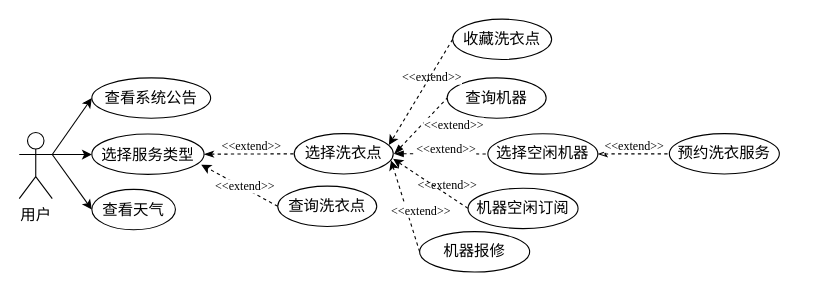
Above: 洗衣服务模块.drawio in mochaDMQ/myPicture (draw.io), before the change. Source tidied: cells renumbered, new cells numbered last; positions are measured from the earlier drawing's top-left corner, leaving out a move shared by most shapes. Both pictures are drawn from the tidied source at 110%, with x=0, y=0 at pixel (19, 19).
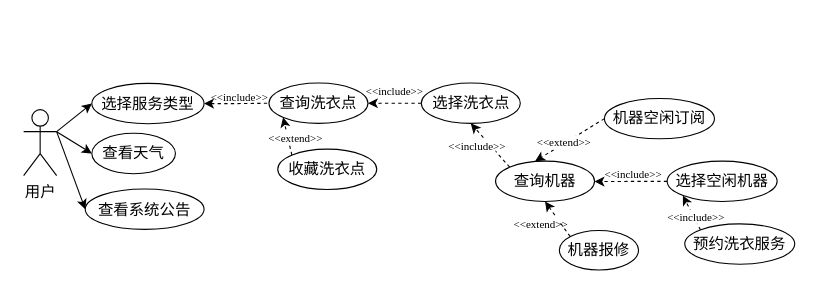
The same page after the edit.

Commit message:
更新洗衣服务模块.drawio

The edit, as a diff of the source:
```diff
@@
-    <mxCell id="2" style="edgeStyle=orthogonalEdgeStyle;rounded=0;jettySize=auto;html=1;exitX=1;exitY=0.3333333333333333;exitDx=0;exitDy=0;exitPerimeter=0;entryX=0;entryY=0.5;entryDx=0;entryDy=0;fontFamily=宋体;fontSize=14;" parent="1" edge="1" source="5" target="9">
+    <mxCell id="2" style="edgeStyle=none;rounded=0;jettySize=auto;html=1;exitX=1;exitY=0.3333333333333333;exitDx=0;exitDy=0;exitPerimeter=0;entryX=0;entryY=0.5;entryDx=0;entryDy=0;" parent="1" edge="1" source="5" target="9">
       <mxGeometry relative="1" as="geometry" />
     </mxCell>
+    <mxCell id="4" style="edgeStyle=none;rounded=0;jettySize=auto;html=1;exitX=1;exitY=0.3333333333333333;exitDx=0;exitDy=0;exitPerimeter=0;entryX=0;entryY=0.5;entryDx=0;entryDy=0;" parent="1" edge="1" source="5" target="10">
+      <mxGeometry relative="1" as="geometry" />
+    </mxCell>
-    <mxCell id="3" style="edgeStyle=none;rounded=0;jettySize=auto;html=1;exitX=1;exitY=0.3333333333333333;exitDx=0;exitDy=0;exitPerimeter=0;entryX=0;entryY=0.5;entryDx=0;entryDy=0;fontFamily=宋体;fontSize=14;" parent="1" edge="1" source="5" target="6">
+    <mxCell id="3" style="edgeStyle=none;rounded=0;jettySize=auto;html=1;exitX=1;exitY=0.3333333333333333;exitDx=0;exitDy=0;exitPerimeter=0;entryX=0;entryY=0.5;entryDx=0;entryDy=0;" parent="1" edge="1" source="5" target="6">
       <mxGeometry relative="1" as="geometry" />
     </mxCell>
-    <mxCell id="4" style="edgeStyle=none;rounded=0;jettySize=auto;html=1;exitX=1;exitY=0.3333333333333333;exitDx=0;exitDy=0;exitPerimeter=0;entryX=0;entryY=0.5;entryDx=0;entryDy=0;fontFamily=宋体;fontSize=14;" parent="1" edge="1" source="5" target="10">
-      <mxGeometry relative="1" as="geometry" />
-    </mxCell>
     <mxCell id="5" value="用户" style="shape=umlActor;verticalLabelPosition=bottom;verticalAlign=top;html=1;outlineConnect=0;fontFamily=宋体;fontSize=14;" parent="1" vertex="1">
-      <mxGeometry y="103" width="30" height="60" as="geometry" />
+      <mxGeometry x="4" y="82.2" width="30" height="60" as="geometry" />
     </mxCell>
-    <mxCell id="6" value="查看系统公告" style="ellipse;whiteSpace=wrap;html=1;fontFamily=宋体;fontSize=14;" parent="1" vertex="1">
-      <mxGeometry x="66" y="53.3" width="108" height="36.7" as="geometry" />
-    </mxCell>
-    <mxCell id="7" style="edgeStyle=none;rounded=0;jettySize=auto;html=1;exitX=1;exitY=0.5;exitDx=0;exitDy=0;entryX=0;entryY=0.5;entryDx=0;entryDy=0;fontFamily=宋体;fontSize=14;dashed=1;endArrow=none;startFill=1;startArrow=classicThin;" parent="1" edge="1" source="9" target="14">
-      <mxGeometry relative="1" as="geometry" />
-    </mxCell>
-    <mxCell id="8" value="&amp;lt;&amp;lt;extend&amp;gt;&amp;gt;" style="edgeLabel;html=1;align=center;verticalAlign=middle;fontFamily=Times New Roman;" parent="7" vertex="1">
-      <mxGeometry x="-0.46" y="2" relative="1" as="geometry">
-        <mxPoint x="21" y="-6" as="offset" />
-      </mxGeometry>
-    </mxCell>
+    <mxCell id="34" style="edgeStyle=orthogonalEdgeStyle;rounded=0;jettySize=auto;html=1;exitX=1;exitY=0.5;exitDx=0;exitDy=0;entryX=0;entryY=0.5;entryDx=0;entryDy=0;dashed=1;startArrow=classic;startFill=1;endArrow=none;" parent="1" edge="1" source="9" target="15">
+      <mxGeometry relative="1" as="geometry" />
+    </mxCell>
     <mxCell id="9" value="选择服务类型" style="ellipse;whiteSpace=wrap;html=1;fontFamily=宋体;fontSize=14;" parent="1" vertex="1">
-      <mxGeometry x="66" y="104.3" width="102" height="36.7" as="geometry" />
+      <mxGeometry x="66" y="58.3" width="102" height="36.7" as="geometry" />
     </mxCell>
     <mxCell id="10" value="查看天气" style="ellipse;whiteSpace=wrap;html=1;fontFamily=宋体;fontSize=14;" parent="1" vertex="1">
-      <mxGeometry x="66" y="154.7" width="76" height="36.7" as="geometry" />
+      <mxGeometry x="66" y="103.7" width="76" height="36.7" as="geometry" />
     </mxCell>
+    <mxCell id="35" style="edgeStyle=none;rounded=0;jettySize=auto;html=1;exitX=0;exitY=0;exitDx=0;exitDy=0;entryX=0.5;entryY=1;entryDx=0;entryDy=0;dashed=1;" parent="1" edge="1" source="11" target="14">
+      <mxGeometry relative="1" as="geometry" />
+    </mxCell>
     <mxCell id="11" value="查询机器" style="ellipse;whiteSpace=wrap;html=1;fontFamily=宋体;fontSize=14;" parent="1" vertex="1">
-      <mxGeometry x="389" y="53.3" width="90" height="36.7" as="geometry" />
+      <mxGeometry x="433" y="129" width="90" height="36.7" as="geometry" />
     </mxCell>
-    <mxCell id="12" style="edgeStyle=none;rounded=0;jettySize=auto;html=1;exitX=1;exitY=0.5;exitDx=0;exitDy=0;entryX=0;entryY=0.5;entryDx=0;entryDy=0;fontFamily=宋体;fontSize=14;dashed=1;endArrow=none;endFill=1;startFill=1;startArrow=blockThin;" parent="1" edge="1" target="11">
-      <mxGeometry relative="1" as="geometry">
-        <mxPoint x="341" y="122.3" as="sourcePoint" />
-      </mxGeometry>
-    </mxCell>
-    <mxCell id="13" style="edgeStyle=none;rounded=0;jettySize=auto;html=1;exitX=1;exitY=0.5;exitDx=0;exitDy=0;entryX=0;entryY=0.5;entryDx=0;entryDy=0;fontFamily=宋体;fontSize=14;dashed=1;endArrow=none;startFill=1;startArrow=blockThin;" parent="1" edge="1" target="22">
-      <mxGeometry relative="1" as="geometry">
-        <mxPoint x="341" y="122.3" as="sourcePoint" />
-      </mxGeometry>
-    </mxCell>
+    <mxCell id="36" style="edgeStyle=none;rounded=0;jettySize=auto;html=1;exitX=0;exitY=0.5;exitDx=0;exitDy=0;entryX=1;entryY=0.5;entryDx=0;entryDy=0;dashed=1;" parent="1" edge="1" source="14" target="15">
+      <mxGeometry relative="1" as="geometry" />
+    </mxCell>
     <mxCell id="14" value="选择洗衣点" style="ellipse;whiteSpace=wrap;html=1;fontFamily=宋体;fontSize=14;" parent="1" vertex="1">
-      <mxGeometry x="250" y="104" width="90" height="36.7" as="geometry" />
+      <mxGeometry x="365.5" y="58" width="90" height="36.7" as="geometry" />
     </mxCell>
     <mxCell id="15" value="查询洗衣点" style="ellipse;whiteSpace=wrap;html=1;fontFamily=宋体;fontSize=14;" parent="1" vertex="1">
-      <mxGeometry x="235" y="151.7" width="90" height="36.7" as="geometry" />
+      <mxGeometry x="227" y="58" width="90" height="36.7" as="geometry" />
     </mxCell>
+    <mxCell id="37" style="edgeStyle=none;rounded=0;jettySize=auto;html=1;exitX=0;exitY=0;exitDx=0;exitDy=0;entryX=0;entryY=1;entryDx=0;entryDy=0;dashed=1;" parent="1" edge="1" source="16" target="15">
+      <mxGeometry relative="1" as="geometry" />
+    </mxCell>
     <mxCell id="16" value="收藏洗衣点" style="ellipse;whiteSpace=wrap;html=1;fontFamily=宋体;fontSize=14;" parent="1" vertex="1">
-      <mxGeometry x="394" y="-0.1" width="90" height="36.7" as="geometry" />
+      <mxGeometry x="235" y="118.1" width="90" height="36.7" as="geometry" />
     </mxCell>
-    <mxCell id="17" style="rounded=0;jettySize=auto;html=1;exitX=0;exitY=0.5;exitDx=0;exitDy=0;entryX=1;entryY=0.5;entryDx=0;entryDy=0;dashed=1;" parent="1" edge="1" source="18">
-      <mxGeometry relative="1" as="geometry">
-        <mxPoint x="338" y="128.3" as="targetPoint" />
-      </mxGeometry>
-    </mxCell>
+    <mxCell id="38" style="edgeStyle=none;rounded=0;jettySize=auto;html=1;exitX=0;exitY=0;exitDx=0;exitDy=0;entryX=0.5;entryY=1;entryDx=0;entryDy=0;dashed=1;" parent="1" edge="1" source="18" target="11">
+      <mxGeometry relative="1" as="geometry" />
+    </mxCell>
     <mxCell id="18" value="机器报修" style="ellipse;whiteSpace=wrap;html=1;fontFamily=宋体;fontSize=14;" parent="1" vertex="1">
-      <mxGeometry x="364" y="193.1" width="100" height="36.7" as="geometry" />
+      <mxGeometry x="491" y="192" width="72" height="35.9" as="geometry" />
     </mxCell>
+    <mxCell id="39" style="rounded=0;jettySize=auto;html=1;exitX=0;exitY=0.5;exitDx=0;exitDy=0;entryX=0.5;entryY=0;entryDx=0;entryDy=0;dashed=1;" parent="1" edge="1" source="19">
+      <mxGeometry relative="1" as="geometry">
+        <mxPoint x="469" y="129" as="targetPoint" />
+      </mxGeometry>
+    </mxCell>
     <mxCell id="19" value="机器空闲订阅" style="ellipse;whiteSpace=wrap;html=1;fontFamily=宋体;fontSize=14;" parent="1" vertex="1">
-      <mxGeometry x="408" y="153.6" width="100" height="36.7" as="geometry" />
+      <mxGeometry x="532" y="72" width="100" height="36.7" as="geometry" />
     </mxCell>
+    <mxCell id="40" style="edgeStyle=none;rounded=0;jettySize=auto;html=1;exitX=0;exitY=0;exitDx=0;exitDy=0;entryX=0;entryY=1;entryDx=0;entryDy=0;dashed=1;" parent="1" edge="1" source="20" target="22">
+      <mxGeometry relative="1" as="geometry" />
+    </mxCell>
     <mxCell id="20" value="预约洗衣服务" style="ellipse;whiteSpace=wrap;html=1;fontFamily=宋体;fontSize=14;" parent="1" vertex="1">
-      <mxGeometry x="591" y="104" width="100" height="36.7" as="geometry" />
+      <mxGeometry x="605" y="186" width="100" height="36.7" as="geometry" />
     </mxCell>
-    <mxCell id="21" style="edgeStyle=none;rounded=0;jettySize=auto;html=1;exitX=1;exitY=0.5;exitDx=0;exitDy=0;entryX=0;entryY=0.5;entryDx=0;entryDy=0;fontFamily=宋体;fontSize=14;dashed=1;startArrow=classicThin;startFill=0;endArrow=none;" parent="1" edge="1" source="22" target="20">
-      <mxGeometry relative="1" as="geometry" />
-    </mxCell>
+    <mxCell id="41" style="edgeStyle=orthogonalEdgeStyle;rounded=0;jettySize=auto;html=1;exitX=0;exitY=0.5;exitDx=0;exitDy=0;entryX=1;entryY=0.5;entryDx=0;entryDy=0;dashed=1;" parent="1" edge="1" source="22">
+      <mxGeometry relative="1" as="geometry">
+        <mxPoint x="523" y="147.6" as="targetPoint" />
+      </mxGeometry>
+    </mxCell>
     <mxCell id="22" value="选择空闲机器" style="ellipse;whiteSpace=wrap;html=1;fontFamily=宋体;fontSize=14;" parent="1" vertex="1">
-      <mxGeometry x="426" y="104.1" width="100" height="36.7" as="geometry" />
+      <mxGeometry x="589" y="129" width="100" height="36.7" as="geometry" />
     </mxCell>
-    <mxCell id="23" value="&amp;lt;&amp;lt;extend&amp;gt;&amp;gt;" style="edgeLabel;html=1;align=center;verticalAlign=middle;fontFamily=Times New Roman;" parent="1" vertex="1">
-      <mxGeometry x="558" y="115" as="geometry">
-        <mxPoint y="-1" as="offset" />
-      </mxGeometry>
-    </mxCell>
-    <mxCell id="24" style="edgeLabel;html=1;align=center;verticalAlign=middle;" parent="1" vertex="1">
-      <mxGeometry x="388" y="123" as="geometry">
-        <mxPoint y="-1" as="offset" />
-      </mxGeometry>
-    </mxCell>
-    <mxCell id="25" value="&amp;lt;&amp;lt;extend&amp;gt;&amp;gt;" style="edgeLabel;html=1;align=center;verticalAlign=middle;fontFamily=Times New Roman;" parent="1" vertex="1">
-      <mxGeometry x="394" y="96" as="geometry">
-        <mxPoint y="-1" as="offset" />
-      </mxGeometry>
-    </mxCell>
-    <mxCell id="26" value="&amp;lt;&amp;lt;extend&amp;gt;&amp;gt;" style="edgeLabel;html=1;align=center;verticalAlign=middle;fontFamily=Times New Roman;" parent="1" vertex="1">
-      <mxGeometry x="374" y="53.3" as="geometry">
-        <mxPoint y="-1" as="offset" />
-      </mxGeometry>
-    </mxCell>
-    <mxCell id="27" value="&amp;lt;&amp;lt;extend&amp;gt;&amp;gt;" style="edgeLabel;html=1;align=center;verticalAlign=middle;fontFamily=Times New Roman;" parent="1" vertex="1">
-      <mxGeometry x="388" y="151.7" as="geometry">
-        <mxPoint y="-1" as="offset" />
-      </mxGeometry>
-    </mxCell>
-    <mxCell id="28" value="&amp;lt;&amp;lt;extend&amp;gt;&amp;gt;" style="edgeLabel;html=1;align=center;verticalAlign=middle;fontFamily=Times New Roman;" parent="1" vertex="1">
-      <mxGeometry x="364" y="174.7" as="geometry">
-        <mxPoint y="-1" as="offset" />
-      </mxGeometry>
-    </mxCell>
-    <mxCell id="29" style="rounded=0;jettySize=auto;html=1;exitX=0;exitY=0.5;exitDx=0;exitDy=0;entryX=0.975;entryY=0.761;entryDx=0;entryDy=0;entryPerimeter=0;dashed=1;" parent="1" edge="1" source="15" target="9">
-      <mxGeometry relative="1" as="geometry" />
-    </mxCell>
-    <mxCell id="30" value="&amp;lt;&amp;lt;extend&amp;gt;&amp;gt;" style="edgeLabel;html=1;align=center;verticalAlign=middle;fontFamily=Times New Roman;" parent="1" vertex="1">
-      <mxGeometry x="204" y="151.7" as="geometry" />
-    </mxCell>
-    <mxCell id="31" value="&amp;lt;&amp;lt;extend&amp;gt;&amp;gt;" style="edgeLabel;html=1;align=center;verticalAlign=middle;fontFamily=Times New Roman;" parent="1" vertex="1">
-      <mxGeometry x="387" y="118" as="geometry">
-        <mxPoint y="-1" as="offset" />
-      </mxGeometry>
-    </mxCell>
-    <mxCell id="32" style="edgeStyle=none;rounded=0;jettySize=auto;html=1;exitX=0;exitY=0.5;exitDx=0;exitDy=0;entryX=0.999;entryY=0.623;entryDx=0;entryDy=0;entryPerimeter=0;dashed=1;" parent="1" edge="1" source="19" target="14">
-      <mxGeometry relative="1" as="geometry" />
-    </mxCell>
-    <mxCell id="33" style="edgeStyle=none;rounded=0;jettySize=auto;html=1;exitX=0;exitY=0.5;exitDx=0;exitDy=0;entryX=0.956;entryY=0.283;entryDx=0;entryDy=0;entryPerimeter=0;dashed=1;" parent="1" edge="1" source="16" target="14">
-      <mxGeometry relative="1" as="geometry" />
-    </mxCell>
+    <mxCell id="42" value="&amp;lt;&amp;lt;include&amp;gt;&amp;gt;" style="text;html=1;align=center;verticalAlign=middle;whiteSpace=wrap;rounded=0;fontFamily=Times New Roman;fontSize=10;" parent="1" vertex="1">
+      <mxGeometry x="184" y="64" width="33" height="13" as="geometry" />
+    </mxCell>
+    <mxCell id="43" value="&amp;lt;&amp;lt;include&amp;gt;&amp;gt;" style="text;html=1;align=center;verticalAlign=middle;whiteSpace=wrap;rounded=0;fontFamily=Times New Roman;fontSize=10;" parent="1" vertex="1">
+      <mxGeometry x="542" y="134" width="33" height="13" as="geometry" />
+    </mxCell>
+    <mxCell id="44" value="&amp;lt;&amp;lt;extend&amp;gt;&amp;gt;" style="text;html=1;align=center;verticalAlign=middle;whiteSpace=wrap;rounded=0;fontFamily=Times New Roman;fontSize=10;fillColor=default;" parent="1" vertex="1">
+      <mxGeometry x="235" y="101" width="33" height="13" as="geometry" />
+    </mxCell>
+    <mxCell id="45" value="&amp;lt;&amp;lt;extend&amp;gt;&amp;gt;" style="text;html=1;align=center;verticalAlign=middle;whiteSpace=wrap;rounded=0;fontFamily=Times New Roman;fontSize=10;fillColor=default;" parent="1" vertex="1">
+      <mxGeometry x="479" y="105.7" width="33" height="13" as="geometry" />
+    </mxCell>
+    <mxCell id="46" value="&amp;lt;&amp;lt;include&amp;gt;&amp;gt;" style="text;html=1;align=center;verticalAlign=middle;whiteSpace=wrap;rounded=0;fontFamily=Times New Roman;fontSize=10;fillColor=default;" parent="1" vertex="1">
+      <mxGeometry x="599" y="173" width="33" height="13" as="geometry" />
+    </mxCell>
+    <mxCell id="47" value="&amp;lt;&amp;lt;extend&amp;gt;&amp;gt;" style="text;html=1;align=center;verticalAlign=middle;whiteSpace=wrap;rounded=0;fontFamily=Times New Roman;fontSize=10;fillColor=default;" parent="1" vertex="1">
+      <mxGeometry x="458" y="179" width="33" height="13" as="geometry" />
+    </mxCell>
+    <mxCell id="48" value="&amp;lt;&amp;lt;include&amp;gt;&amp;gt;" style="text;html=1;align=center;verticalAlign=middle;whiteSpace=wrap;rounded=0;fontFamily=Times New Roman;fontSize=10;" parent="1" vertex="1">
+      <mxGeometry x="325" y="58.3" width="33" height="13" as="geometry" />
+    </mxCell>
+    <mxCell id="49" value="&amp;lt;&amp;lt;include&amp;gt;&amp;gt;" style="text;html=1;align=center;verticalAlign=middle;whiteSpace=wrap;rounded=0;fontFamily=Times New Roman;fontSize=10;fillColor=default;" parent="1" vertex="1">
+      <mxGeometry x="400" y="108.7" width="33" height="13" as="geometry" />
+    </mxCell>
+    <mxCell id="6" value="查看系统公告" style="ellipse;whiteSpace=wrap;html=1;fontFamily=宋体;fontSize=14;" parent="1" vertex="1">
+      <mxGeometry x="60" y="154.3" width="108" height="36.7" as="geometry" />
+    </mxCell>
```
